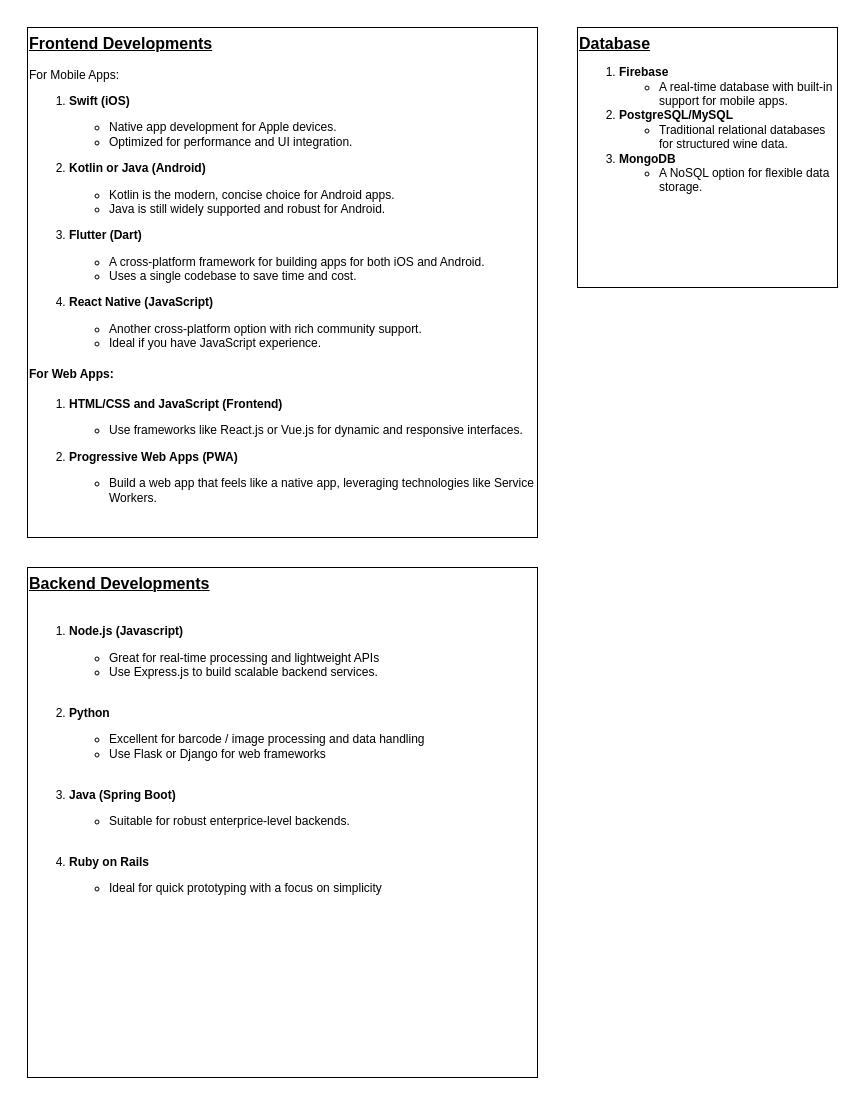
Above: page "Framework Ideas" (4 of 4) of planning_docs/mvp_diagrams.drawio in samannetts8/Pour_Decisions (draw.io), before the change. Source tidied: cells renumbered, new cells numbered last; positions are measured from the earlier drawing's top-left corner, leaving out a move shared by most shapes. Both pictures are drawn from the tidied source at 100%, with x=0, y=0 at pixel (27, 27).
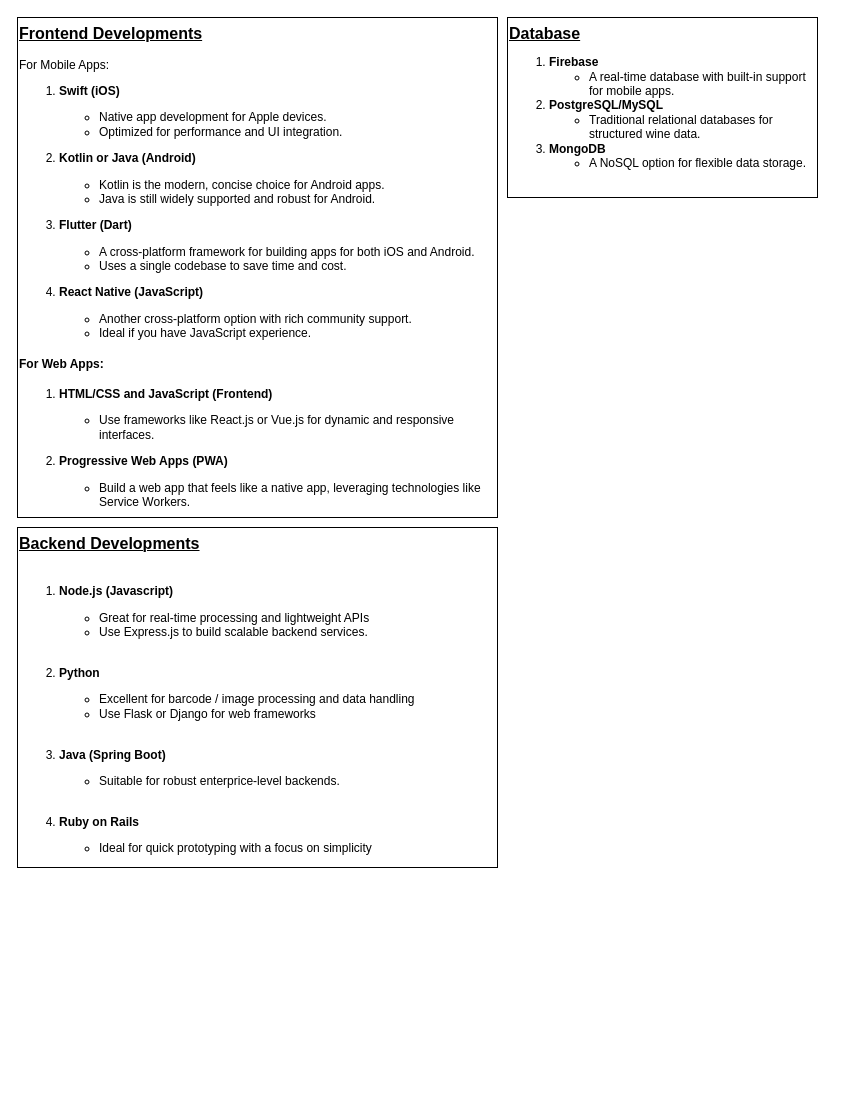
After the change.

Commit message (it also covers changes not shown here):
Edits to Framework Ideas tab in Draw.io

The edit, as a diff of the source:
```diff
@@
 <mxGraphModel>
   <root>
     <mxCell id="0" />
     <mxCell id="1" parent="0" />
+    <mxCell id="4" value="&lt;h1 style=&quot;margin-top: 0px;&quot;&gt;&lt;div style=&quot;font-size: 12px; font-weight: 400;&quot;&gt;&lt;u style=&quot;background-color: initial;&quot;&gt;&lt;b&gt;&lt;font style=&quot;font-size: 16px;&quot;&gt;Database&lt;/font&gt;&lt;/b&gt;&lt;/u&gt;&lt;/div&gt;&lt;ol style=&quot;font-size: 12px; font-weight: 400;&quot;&gt;&lt;li&gt;&lt;strong&gt;Firebase&lt;/strong&gt;&lt;ul&gt;&lt;li&gt;A real-time database with built-in support for mobile apps.&lt;/li&gt;&lt;/ul&gt;&lt;/li&gt;&lt;li&gt;&lt;strong&gt;PostgreSQL/MySQL&lt;/strong&gt;&lt;ul&gt;&lt;li&gt;Traditional relational databases for structured wine data.&lt;/li&gt;&lt;/ul&gt;&lt;/li&gt;&lt;li&gt;&lt;strong&gt;MongoDB&lt;/strong&gt;&lt;ul&gt;&lt;li&gt;A NoSQL option for flexible data storage.&lt;/li&gt;&lt;/ul&gt;&lt;/li&gt;&lt;/ol&gt;&lt;/h1&gt;" style="text;html=1;whiteSpace=wrap;overflow=hidden;rounded=0;fillColor=default;strokeColor=default;" parent="1" vertex="1">
+      <mxGeometry x="480" y="-10" width="310" height="180" as="geometry" />
+    </mxCell>
-    <mxCell id="2" value="&lt;u&gt;&lt;b&gt;&lt;font style=&quot;font-size: 16px;&quot;&gt;Frontend Developments&lt;/font&gt;&lt;/b&gt;&lt;/u&gt;&lt;div&gt;&lt;span style=&quot;background-color: initial;&quot;&gt;&lt;br&gt;For Mobile Apps:&lt;/span&gt;&lt;br&gt;&lt;/div&gt;&lt;div&gt;&lt;ol&gt;&lt;li&gt;&lt;p&gt;&lt;strong&gt;Swift (iOS)&lt;/strong&gt;&lt;/p&gt;&lt;ul&gt;&lt;li&gt;Native app development for Apple devices.&lt;/li&gt;&lt;li&gt;Optimized for performance and UI integration.&lt;/li&gt;&lt;/ul&gt;&lt;/li&gt;&lt;li&gt;&lt;p&gt;&lt;strong&gt;Kotlin or Java (Android)&lt;/strong&gt;&lt;/p&gt;&lt;ul&gt;&lt;li&gt;Kotlin is the modern, concise choice for Android apps.&lt;/li&gt;&lt;li&gt;Java is still widely supported and robust for Android.&lt;/li&gt;&lt;/ul&gt;&lt;/li&gt;&lt;li&gt;&lt;p&gt;&lt;strong&gt;Flutter (Dart)&lt;/strong&gt;&lt;/p&gt;&lt;ul&gt;&lt;li&gt;A cross-platform framework for building apps for both iOS and Android.&lt;/li&gt;&lt;li&gt;Uses a single codebase to save time and cost.&lt;/li&gt;&lt;/ul&gt;&lt;/li&gt;&lt;li&gt;&lt;p&gt;&lt;strong&gt;React Native (JavaScript)&lt;/strong&gt;&lt;/p&gt;&lt;ul&gt;&lt;li&gt;Another cross-platform option with rich community support.&lt;/li&gt;&lt;li&gt;Ideal if you have JavaScript experience.&lt;/li&gt;&lt;/ul&gt;&lt;/li&gt;&lt;/ol&gt;&lt;h4&gt;For Web Apps:&lt;/h4&gt;&lt;ol&gt;&lt;li&gt;&lt;p&gt;&lt;strong&gt;HTML/CSS and JavaScript (Frontend)&lt;/strong&gt;&lt;/p&gt;&lt;ul&gt;&lt;li&gt;Use frameworks like React.js or Vue.js for dynamic and responsive interfaces.&lt;/li&gt;&lt;/ul&gt;&lt;/li&gt;&lt;li&gt;&lt;p&gt;&lt;strong&gt;Progressive Web Apps (PWA)&lt;/strong&gt;&lt;/p&gt;&lt;ul&gt;&lt;li&gt;Build a web app that feels like a native app, leveraging technologies like Service Workers.&lt;/li&gt;&lt;/ul&gt;&lt;/li&gt;&lt;/ol&gt;&lt;/div&gt;" style="whiteSpace=wrap;html=1;align=left;horizontal=1;verticalAlign=top;" parent="1" vertex="1">
-      <mxGeometry width="510" height="510" as="geometry" />
+    <mxCell id="2" value="&lt;h1 style=&quot;margin-top: 0px;&quot;&gt;&lt;div style=&quot;font-size: 12px; font-weight: 400;&quot;&gt;&lt;u&gt;&lt;b&gt;&lt;font style=&quot;font-size: 16px;&quot;&gt;Frontend Developments&lt;/font&gt;&lt;/b&gt;&lt;/u&gt;&lt;div&gt;&lt;span style=&quot;background-color: initial;&quot;&gt;&lt;br&gt;For Mobile Apps:&lt;/span&gt;&lt;br&gt;&lt;/div&gt;&lt;div&gt;&lt;ol&gt;&lt;li&gt;&lt;p&gt;&lt;strong&gt;Swift (iOS)&lt;/strong&gt;&lt;/p&gt;&lt;ul&gt;&lt;li&gt;Native app development for Apple devices.&lt;/li&gt;&lt;li&gt;Optimized for performance and UI integration.&lt;/li&gt;&lt;/ul&gt;&lt;/li&gt;&lt;li&gt;&lt;p&gt;&lt;strong&gt;Kotlin or Java (Android)&lt;/strong&gt;&lt;/p&gt;&lt;ul&gt;&lt;li&gt;Kotlin is the modern, concise choice for Android apps.&lt;/li&gt;&lt;li&gt;Java is still widely supported and robust for Android.&lt;/li&gt;&lt;/ul&gt;&lt;/li&gt;&lt;li&gt;&lt;p&gt;&lt;strong&gt;Flutter (Dart)&lt;/strong&gt;&lt;/p&gt;&lt;ul&gt;&lt;li&gt;A cross-platform framework for building apps for both iOS and Android.&lt;/li&gt;&lt;li&gt;Uses a single codebase to save time and cost.&lt;/li&gt;&lt;/ul&gt;&lt;/li&gt;&lt;li&gt;&lt;p&gt;&lt;strong&gt;React Native (JavaScript)&lt;/strong&gt;&lt;/p&gt;&lt;ul&gt;&lt;li&gt;Another cross-platform option with rich community support.&lt;/li&gt;&lt;li&gt;Ideal if you have JavaScript experience.&lt;/li&gt;&lt;/ul&gt;&lt;/li&gt;&lt;/ol&gt;&lt;/div&gt;&lt;/div&gt;&lt;/h1&gt;&lt;h4&gt;For Web Apps:&lt;/h4&gt;&lt;h1 style=&quot;margin-top: 0px;&quot;&gt;&lt;div style=&quot;font-size: 12px; font-weight: 400;&quot;&gt;&lt;ol&gt;&lt;li&gt;&lt;p&gt;&lt;strong&gt;HTML/CSS and JavaScript (Frontend)&lt;/strong&gt;&lt;/p&gt;&lt;ul&gt;&lt;li&gt;Use frameworks like React.js or Vue.js for dynamic and responsive interfaces.&lt;/li&gt;&lt;/ul&gt;&lt;/li&gt;&lt;li&gt;&lt;p&gt;&lt;strong&gt;Progressive Web Apps (PWA)&lt;/strong&gt;&lt;/p&gt;&lt;ul&gt;&lt;li&gt;Build a web app that feels like a native app, leveraging technologies like Service Workers.&lt;/li&gt;&lt;/ul&gt;&lt;/li&gt;&lt;/ol&gt;&lt;/div&gt;&lt;/h1&gt;" style="text;html=1;whiteSpace=wrap;overflow=hidden;rounded=0;fillColor=default;strokeColor=default;" parent="1" vertex="1">
+      <mxGeometry x="-10" y="-10" width="480" height="500" as="geometry" />
     </mxCell>
-    <mxCell id="3" value="&lt;u&gt;&lt;b&gt;&lt;font style=&quot;font-size: 16px;&quot;&gt;Backend Developments&lt;/font&gt;&lt;/b&gt;&lt;/u&gt;&lt;div&gt;&lt;u&gt;&lt;b&gt;&lt;font style=&quot;font-size: 16px;&quot;&gt;&lt;br&gt;&lt;/font&gt;&lt;/b&gt;&lt;/u&gt;&lt;/div&gt;&lt;div&gt;&lt;ol&gt;&lt;li&gt;&lt;b style=&quot;&quot;&gt;&lt;font style=&quot;font-size: 12px;&quot;&gt;Node.js (Javascript)&lt;/font&gt;&lt;/b&gt;&lt;/li&gt;&lt;/ol&gt;&lt;/div&gt;&lt;div&gt;&lt;ul&gt;&lt;ul&gt;&lt;li&gt;&lt;span style=&quot;background-color: initial;&quot;&gt;Great for real-time processing and lightweight APIs&amp;nbsp;&lt;/span&gt;&lt;/li&gt;&lt;li&gt;Use Express.js to build scalable backend services.&lt;/li&gt;&lt;/ul&gt;&lt;/ul&gt;&lt;div&gt;&lt;span style=&quot;white-space: pre;&quot;&gt;&#9;&lt;/span&gt;&lt;/div&gt;&lt;div&gt;&lt;span style=&quot;white-space: pre;&quot;&gt;&#9;&lt;/span&gt;2. &lt;b&gt;Python&lt;/b&gt;&lt;/div&gt;&lt;/div&gt;&lt;div&gt;&lt;ul&gt;&lt;ul&gt;&lt;li&gt;Excellent for barcode / image processing and data handling&lt;/li&gt;&lt;li&gt;Use Flask or Django for web frameworks&lt;/li&gt;&lt;/ul&gt;&lt;/ul&gt;&lt;div&gt;&lt;br&gt;&lt;/div&gt;&lt;/div&gt;&lt;div&gt;&lt;span style=&quot;white-space: pre;&quot;&gt;&#9;&lt;/span&gt;3. &lt;b&gt;Java (Spring Boot)&lt;/b&gt;&lt;br&gt;&lt;/div&gt;&lt;div&gt;&lt;ul&gt;&lt;ul&gt;&lt;li&gt;Suitable for robust enterprice-level backends.&lt;/li&gt;&lt;/ul&gt;&lt;/ul&gt;&lt;div&gt;&lt;br&gt;&lt;/div&gt;&lt;/div&gt;&lt;div&gt;&lt;span style=&quot;background-color: initial; white-space: pre;&quot;&gt;&#9;&lt;/span&gt;&lt;span style=&quot;background-color: initial;&quot;&gt;4.&lt;/span&gt;&lt;span style=&quot;background-color: initial;&quot;&gt;&amp;nbsp;&lt;/span&gt;&lt;b style=&quot;background-color: initial;&quot;&gt;Ruby on Rails&lt;/b&gt;&lt;br&gt;&lt;/div&gt;&lt;div&gt;&lt;ul&gt;&lt;ul&gt;&lt;li&gt;Ideal for quick prototyping with a focus on simplicity&lt;/li&gt;&lt;/ul&gt;&lt;/ul&gt;&lt;/div&gt;&lt;div&gt;&lt;br&gt;&lt;/div&gt;" style="whiteSpace=wrap;html=1;align=left;horizontal=1;verticalAlign=top;" parent="1" vertex="1">
-      <mxGeometry y="540" width="510" height="510" as="geometry" />
+    <mxCell id="3" value="&lt;h1 style=&quot;margin-top: 0px;&quot;&gt;&lt;div style=&quot;font-size: 12px; font-weight: 400;&quot;&gt;&lt;u&gt;&lt;b&gt;&lt;font style=&quot;font-size: 16px;&quot;&gt;Backend Developments&lt;/font&gt;&lt;/b&gt;&lt;/u&gt;&lt;div&gt;&lt;u&gt;&lt;b&gt;&lt;font style=&quot;font-size: 16px;&quot;&gt;&lt;br&gt;&lt;/font&gt;&lt;/b&gt;&lt;/u&gt;&lt;/div&gt;&lt;div&gt;&lt;ol&gt;&lt;li&gt;&lt;b&gt;Node.js (Javascript)&lt;/b&gt;&lt;/li&gt;&lt;/ol&gt;&lt;/div&gt;&lt;div&gt;&lt;ul&gt;&lt;ul&gt;&lt;li&gt;Great for real-time processing and lightweight APIs&amp;nbsp;&lt;/li&gt;&lt;li&gt;Use Express.js to build scalable backend services.&lt;/li&gt;&lt;/ul&gt;&lt;/ul&gt;&lt;div&gt;&lt;br&gt;&lt;/div&gt;&lt;div&gt;&lt;span style=&quot;white-space: pre;&quot;&gt;&#9;&lt;/span&gt;2.&amp;nbsp;&lt;b&gt;Python&lt;/b&gt;&lt;/div&gt;&lt;/div&gt;&lt;div&gt;&lt;ul&gt;&lt;ul&gt;&lt;li&gt;Excellent for barcode / image processing and data handling&lt;/li&gt;&lt;li&gt;Use Flask or Django for web frameworks&lt;/li&gt;&lt;/ul&gt;&lt;/ul&gt;&lt;div&gt;&lt;br&gt;&lt;/div&gt;&lt;/div&gt;&lt;div&gt;&lt;span style=&quot;white-space: pre;&quot;&gt;&#9;&lt;/span&gt;3.&amp;nbsp;&lt;b&gt;Java (Spring Boot)&lt;/b&gt;&lt;br&gt;&lt;/div&gt;&lt;div&gt;&lt;ul&gt;&lt;ul&gt;&lt;li&gt;Suitable for robust enterprice-level backends.&lt;/li&gt;&lt;/ul&gt;&lt;/ul&gt;&lt;div&gt;&lt;br&gt;&lt;/div&gt;&lt;/div&gt;&lt;div&gt;&lt;span style=&quot;background-color: initial; white-space: pre;&quot;&gt;&#9;&lt;/span&gt;&lt;span style=&quot;background-color: initial;&quot;&gt;4.&lt;/span&gt;&lt;span style=&quot;background-color: initial;&quot;&gt;&amp;nbsp;&lt;/span&gt;&lt;b style=&quot;background-color: initial;&quot;&gt;Ruby on Rails&lt;/b&gt;&lt;br&gt;&lt;/div&gt;&lt;div&gt;&lt;ul&gt;&lt;ul&gt;&lt;li&gt;Ideal for quick prototyping with a focus on simplicity&lt;/li&gt;&lt;/ul&gt;&lt;/ul&gt;&lt;/div&gt;&lt;div&gt;&lt;br&gt;&lt;/div&gt;&lt;/div&gt;&lt;/h1&gt;" style="text;html=1;whiteSpace=wrap;overflow=hidden;rounded=0;fillColor=default;strokeColor=default;" parent="1" vertex="1">
+      <mxGeometry x="-10" y="500" width="480" height="340" as="geometry" />
     </mxCell>
-    <mxCell id="4" value="&lt;div&gt;&lt;u style=&quot;background-color: initial;&quot;&gt;&lt;b&gt;&lt;font style=&quot;font-size: 16px;&quot;&gt;Database&lt;/font&gt;&lt;/b&gt;&lt;/u&gt;&lt;/div&gt;&lt;ol&gt;&lt;li&gt;&lt;strong&gt;Firebase&lt;/strong&gt;&lt;ul&gt;&lt;li&gt;A real-time database with built-in support for mobile apps.&lt;/li&gt;&lt;/ul&gt;&lt;/li&gt;&lt;li&gt;&lt;strong&gt;PostgreSQL/MySQL&lt;/strong&gt;&lt;ul&gt;&lt;li&gt;Traditional relational databases for structured wine data.&lt;/li&gt;&lt;/ul&gt;&lt;/li&gt;&lt;li&gt;&lt;strong&gt;MongoDB&lt;/strong&gt;&lt;ul&gt;&lt;li&gt;A NoSQL option for flexible data storage.&lt;/li&gt;&lt;/ul&gt;&lt;/li&gt;&lt;/ol&gt;" style="whiteSpace=wrap;html=1;verticalAlign=top;align=left;horizontal=1;" parent="1" vertex="1">
-      <mxGeometry x="550" width="260" height="260" as="geometry" />
-    </mxCell>
   </root>
 </mxGraphModel>
```
